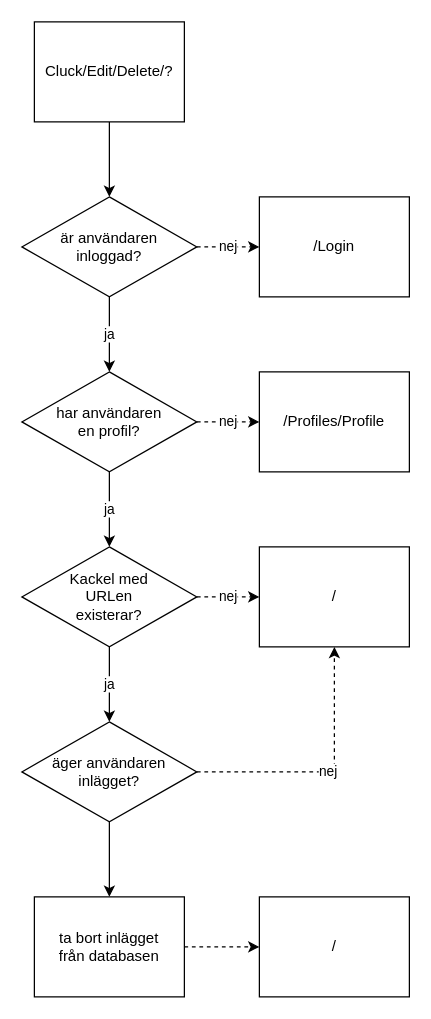
Earlier version of the draw.io diagram webbutveckling/Webbutveckling2/Moment/Moment4/flowCluckDelete.drawio (EliasEriksson/miun). Source tidied: cells renumbered, new cells numbered last; positions are measured from the earlier drawing's top-left corner, leaving out a move shared by most shapes. Both pictures are drawn from the tidied source at 125%, with x=0, y=0 at pixel (21, 21).
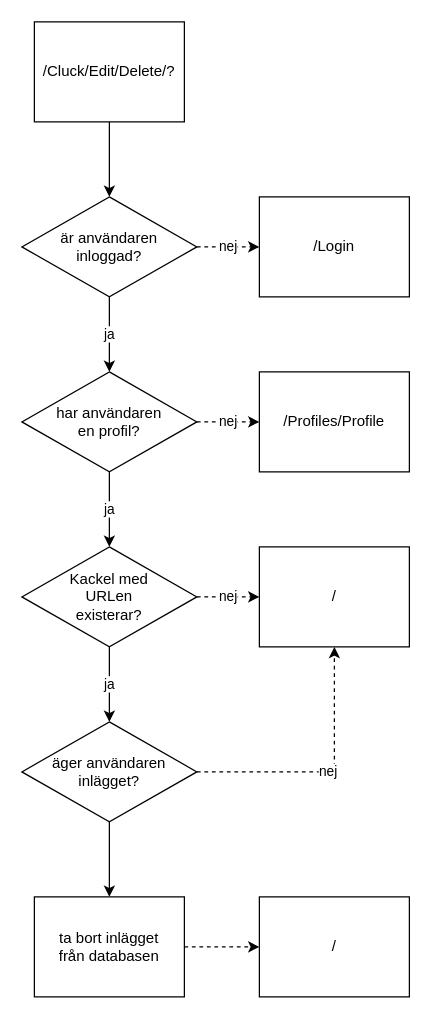
Above is the later version.

The edit, as a diff of the source:
```diff
@@
-    <mxCell id="3" value="Cluck/Edit/Delete/?" style="rounded=0;whiteSpace=wrap;html=1;" parent="1" vertex="1">
+    <mxCell id="3" value="/Cluck/Edit/Delete/?" style="rounded=0;whiteSpace=wrap;html=1;" parent="1" vertex="1">
       <mxGeometry x="10" width="120" height="80" as="geometry" />
     </mxCell>
```
